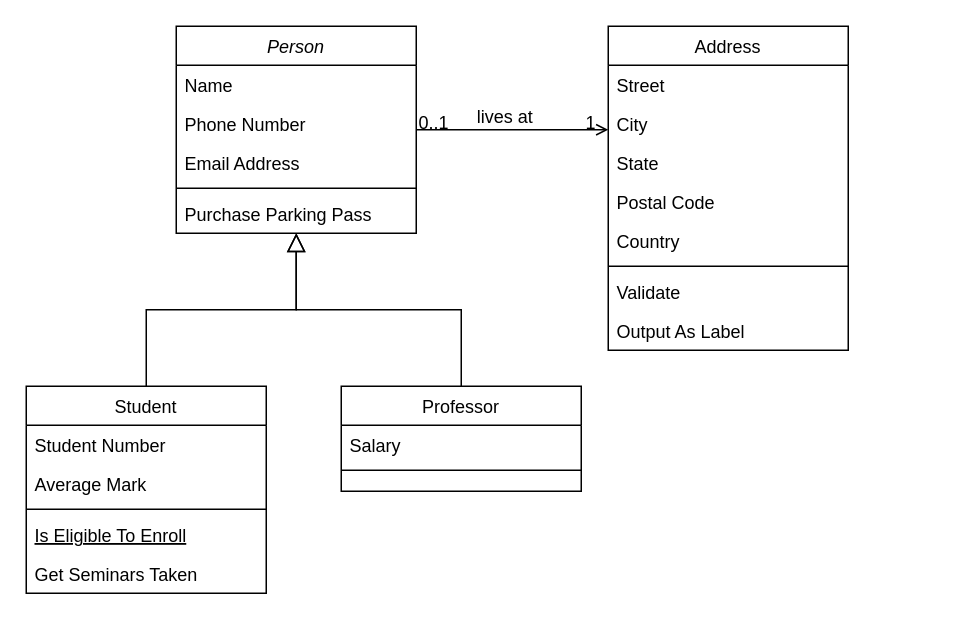
The draw.io diagram cpp/未命名绘图.drawio in xueye9/study, before the edit. Source tidied: cells renumbered, new cells numbered last; positions are measured from the earlier drawing's top-left corner, leaving out a move shared by most shapes. Both pictures are drawn from the tidied source at 150%, with x=0, y=0 at pixel (26, 26).
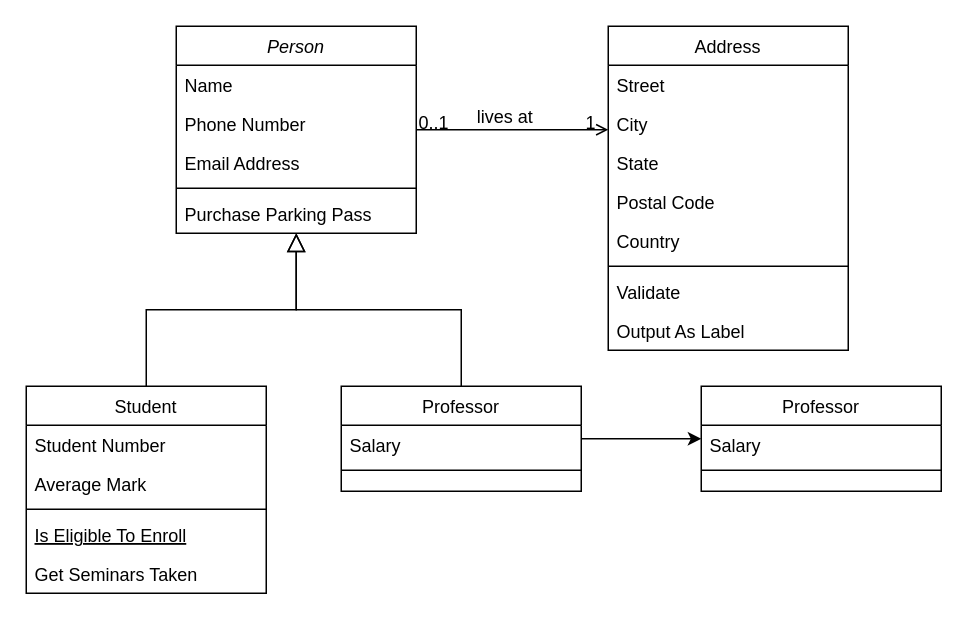
The same diagram, later.

Commit message:
更新未命名绘图.drawio

Unchanged cells that the change refers to:
```xml
<mxCell id="15" value="Professor" style="swimlane;fontStyle=0;align=center;verticalAlign=top;horizontal=1;startSize=26;rounded=0;shadow=0;strokeWidth=1;" parent="1" vertex="1">
  <mxGeometry x="210" y="240" width="160" height="70" as="geometry" />
</mxCell>
```

Change to the diagram source:
```diff
@@
+    <mxCell id="32" style="edgeStyle=orthogonalEdgeStyle;rounded=0;jettySize=auto;html=1;" parent="1" edge="1" source="15" target="33">
+      <mxGeometry relative="1" as="geometry" />
+    </mxCell>
@@
+    <mxCell id="33" value="Professor" style="swimlane;fontStyle=0;align=center;verticalAlign=top;horizontal=1;startSize=26;rounded=0;shadow=0;strokeWidth=1;" parent="1" vertex="1">
+      <mxGeometry x="450" y="240" width="160" height="70" as="geometry" />
+    </mxCell>
+    <mxCell id="34" value="Salary" style="text;align=left;verticalAlign=top;spacingLeft=4;spacingRight=4;overflow=hidden;" parent="33" vertex="1">
+      <mxGeometry y="26" width="160" height="26" as="geometry" />
+    </mxCell>
+    <mxCell id="35" style="line;html=1;strokeWidth=1;align=left;verticalAlign=middle;spacingTop=-1;spacingLeft=3;spacingRight=3;labelPosition=right;" parent="33" vertex="1">
+      <mxGeometry y="52" width="160" height="8" as="geometry" />
+    </mxCell>
```
